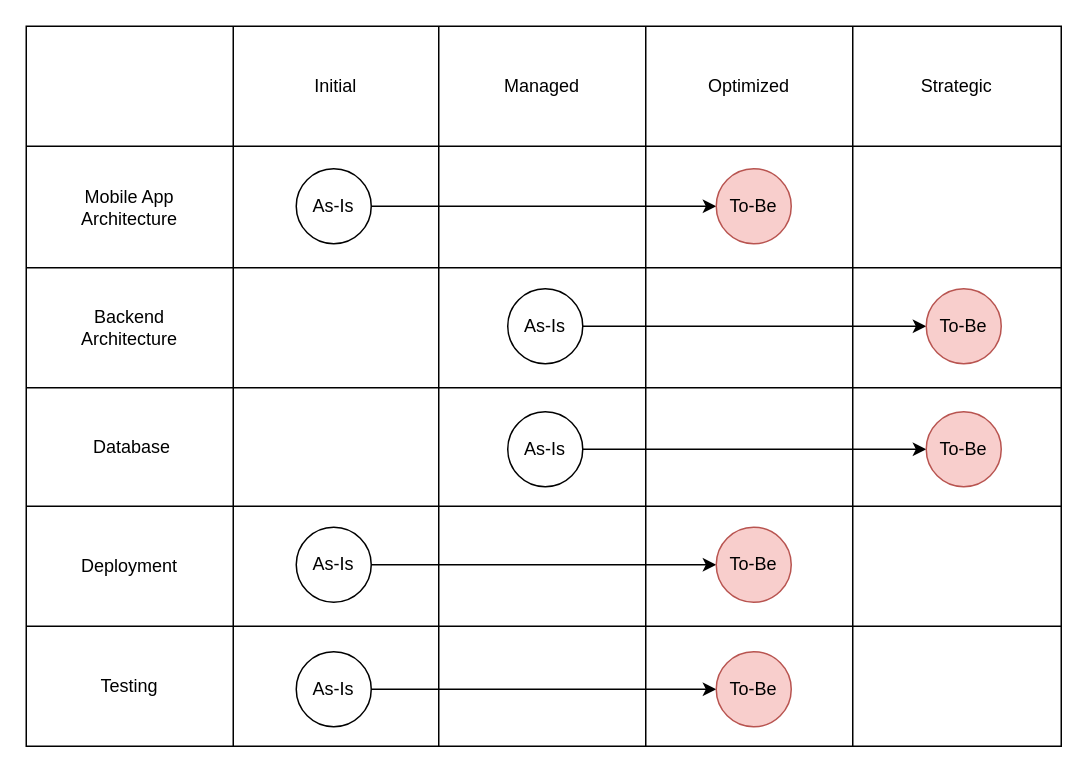
The draw.io diagram Tech Maturity Assessment.drawio in KareemEl-Giushy/Huawei-Cloud-Diagrams, before the edit. Source tidied: cells renumbered, new cells numbered last; positions are measured from the earlier drawing's top-left corner, leaving out a move shared by most shapes. Both pictures are drawn from the tidied source at 150%, with x=0, y=0 at pixel (26, 26).
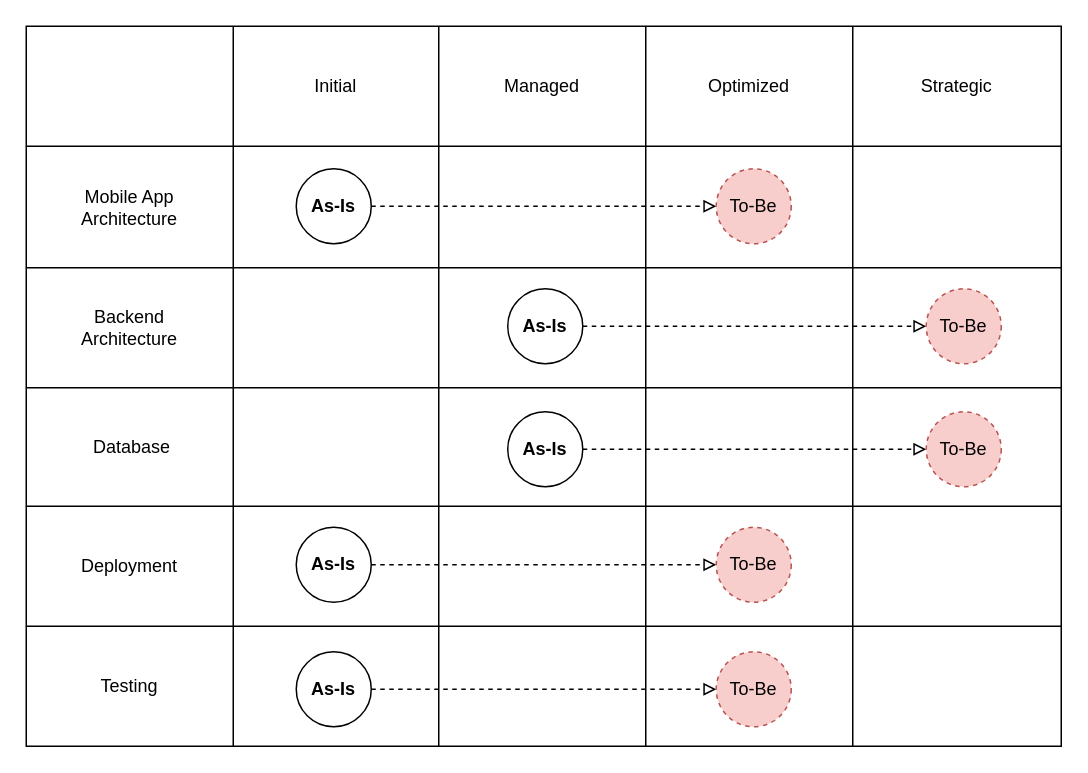
The same page after the edit.

What changed in the source:
```diff
@@
-    <mxCell id="39" style="edgeStyle=orthogonalEdgeStyle;rounded=0;jettySize=auto;html=1;" parent="1" edge="1" source="40" target="53">
+    <mxCell id="39" style="edgeStyle=orthogonalEdgeStyle;rounded=0;jettySize=auto;html=1;strokeColor=default;dashed=1;endArrow=block;endFill=0;" parent="1" edge="1" source="40" target="53">
       <mxGeometry relative="1" as="geometry" />
     </mxCell>
-    <mxCell id="40" value="As-Is" style="ellipse;whiteSpace=wrap;html=1;gradientColor=none;" parent="1" vertex="1">
+    <mxCell id="40" value="As-Is" style="ellipse;whiteSpace=wrap;html=1;gradientColor=none;fontStyle=1;" parent="1" vertex="1">
       <mxGeometry x="180" y="95" width="50" height="50" as="geometry" />
     </mxCell>
-    <mxCell id="41" style="edgeStyle=orthogonalEdgeStyle;rounded=0;jettySize=auto;html=1;" parent="1" edge="1" source="42" target="51">
+    <mxCell id="41" style="edgeStyle=orthogonalEdgeStyle;rounded=0;jettySize=auto;html=1;dashed=1;endArrow=block;endFill=0;" parent="1" edge="1" source="42" target="51">
       <mxGeometry relative="1" as="geometry" />
     </mxCell>
-    <mxCell id="42" value="As-Is" style="ellipse;whiteSpace=wrap;html=1;gradientColor=none;" parent="1" vertex="1">
+    <mxCell id="42" value="As-Is" style="ellipse;whiteSpace=wrap;html=1;gradientColor=none;fontStyle=1;" parent="1" vertex="1">
       <mxGeometry x="321" y="175" width="50" height="50" as="geometry" />
     </mxCell>
-    <mxCell id="43" style="edgeStyle=orthogonalEdgeStyle;rounded=0;jettySize=auto;html=1;entryX=0;entryY=0.5;entryDx=0;entryDy=0;" parent="1" edge="1" source="44" target="52">
+    <mxCell id="43" style="edgeStyle=orthogonalEdgeStyle;rounded=0;jettySize=auto;html=1;entryX=0;entryY=0.5;entryDx=0;entryDy=0;dashed=1;endArrow=block;endFill=0;" parent="1" edge="1" source="44" target="52">
       <mxGeometry relative="1" as="geometry" />
     </mxCell>
-    <mxCell id="44" value="As-Is" style="ellipse;whiteSpace=wrap;html=1;gradientColor=none;" parent="1" vertex="1">
+    <mxCell id="44" value="As-Is" style="ellipse;whiteSpace=wrap;html=1;gradientColor=none;fontStyle=1;" parent="1" vertex="1">
       <mxGeometry x="321" y="257" width="50" height="50" as="geometry" />
     </mxCell>
-    <mxCell id="45" style="edgeStyle=orthogonalEdgeStyle;rounded=0;jettySize=auto;html=1;" parent="1" edge="1" source="46" target="49">
+    <mxCell id="45" style="edgeStyle=orthogonalEdgeStyle;rounded=0;jettySize=auto;html=1;dashed=1;endArrow=block;endFill=0;" parent="1" edge="1" source="46" target="49">
       <mxGeometry relative="1" as="geometry" />
     </mxCell>
-    <mxCell id="46" value="As-Is" style="ellipse;whiteSpace=wrap;html=1;gradientColor=none;" parent="1" vertex="1">
+    <mxCell id="46" value="As-Is" style="ellipse;whiteSpace=wrap;html=1;gradientColor=none;fontStyle=1;" parent="1" vertex="1">
       <mxGeometry x="180" y="334" width="50" height="50" as="geometry" />
     </mxCell>
-    <mxCell id="47" style="edgeStyle=orthogonalEdgeStyle;rounded=0;jettySize=auto;html=1;" parent="1" edge="1" source="48" target="50">
+    <mxCell id="47" style="edgeStyle=orthogonalEdgeStyle;rounded=0;jettySize=auto;html=1;dashed=1;endArrow=block;endFill=0;" parent="1" edge="1" source="48" target="50">
       <mxGeometry relative="1" as="geometry" />
     </mxCell>
-    <mxCell id="48" value="As-Is" style="ellipse;whiteSpace=wrap;html=1;gradientColor=none;" parent="1" vertex="1">
+    <mxCell id="48" value="As-Is" style="ellipse;whiteSpace=wrap;html=1;gradientColor=none;fontStyle=1;" parent="1" vertex="1">
       <mxGeometry x="180" y="417" width="50" height="50" as="geometry" />
     </mxCell>
-    <mxCell id="49" value="To-Be" style="ellipse;whiteSpace=wrap;html=1;fillColor=#f8cecc;strokeColor=#b85450;" parent="1" vertex="1">
+    <mxCell id="49" value="To-Be" style="ellipse;whiteSpace=wrap;html=1;fillColor=#f8cecc;strokeColor=#b85450;dashed=1;" parent="1" vertex="1">
       <mxGeometry x="460" y="334" width="50" height="50" as="geometry" />
     </mxCell>
-    <mxCell id="50" value="To-Be" style="ellipse;whiteSpace=wrap;html=1;fillColor=#f8cecc;strokeColor=#b85450;" parent="1" vertex="1">
+    <mxCell id="50" value="To-Be" style="ellipse;whiteSpace=wrap;html=1;fillColor=#f8cecc;strokeColor=#b85450;dashed=1;" parent="1" vertex="1">
       <mxGeometry x="460" y="417" width="50" height="50" as="geometry" />
     </mxCell>
-    <mxCell id="51" value="To-Be" style="ellipse;whiteSpace=wrap;html=1;fillColor=#f8cecc;strokeColor=#b85450;" parent="1" vertex="1">
+    <mxCell id="51" value="To-Be" style="ellipse;whiteSpace=wrap;html=1;fillColor=#f8cecc;strokeColor=#b85450;dashed=1;" parent="1" vertex="1">
       <mxGeometry x="600" y="175" width="50" height="50" as="geometry" />
     </mxCell>
-    <mxCell id="52" value="To-Be" style="ellipse;whiteSpace=wrap;html=1;fillColor=#f8cecc;strokeColor=#b85450;" parent="1" vertex="1">
+    <mxCell id="52" value="To-Be" style="ellipse;whiteSpace=wrap;html=1;fillColor=#f8cecc;strokeColor=#b85450;dashed=1;" parent="1" vertex="1">
       <mxGeometry x="600" y="257" width="50" height="50" as="geometry" />
     </mxCell>
-    <mxCell id="53" value="To-Be" style="ellipse;whiteSpace=wrap;html=1;fillColor=#f8cecc;strokeColor=#b85450;" parent="1" vertex="1">
+    <mxCell id="53" value="To-Be" style="ellipse;whiteSpace=wrap;html=1;fillColor=#f8cecc;strokeColor=#b85450;dashed=1;" parent="1" vertex="1">
       <mxGeometry x="460" y="95" width="50" height="50" as="geometry" />
     </mxCell>
```
